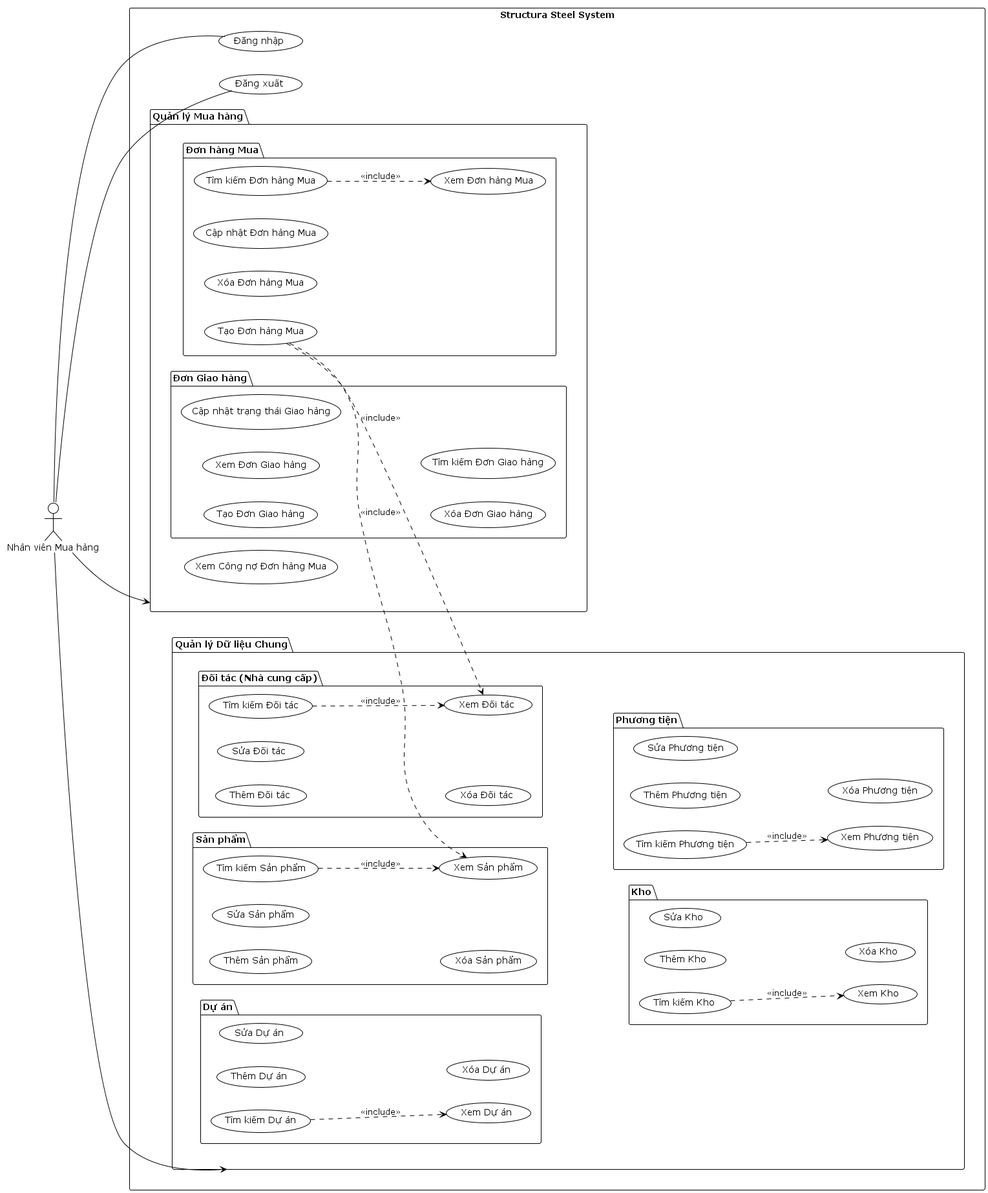
The PlantUML diagram out/Chapter 5/Usecase/Usecase_Importer/Usecase_Importer.png in AndrewNguyen-05/structura-uml, before a commit.
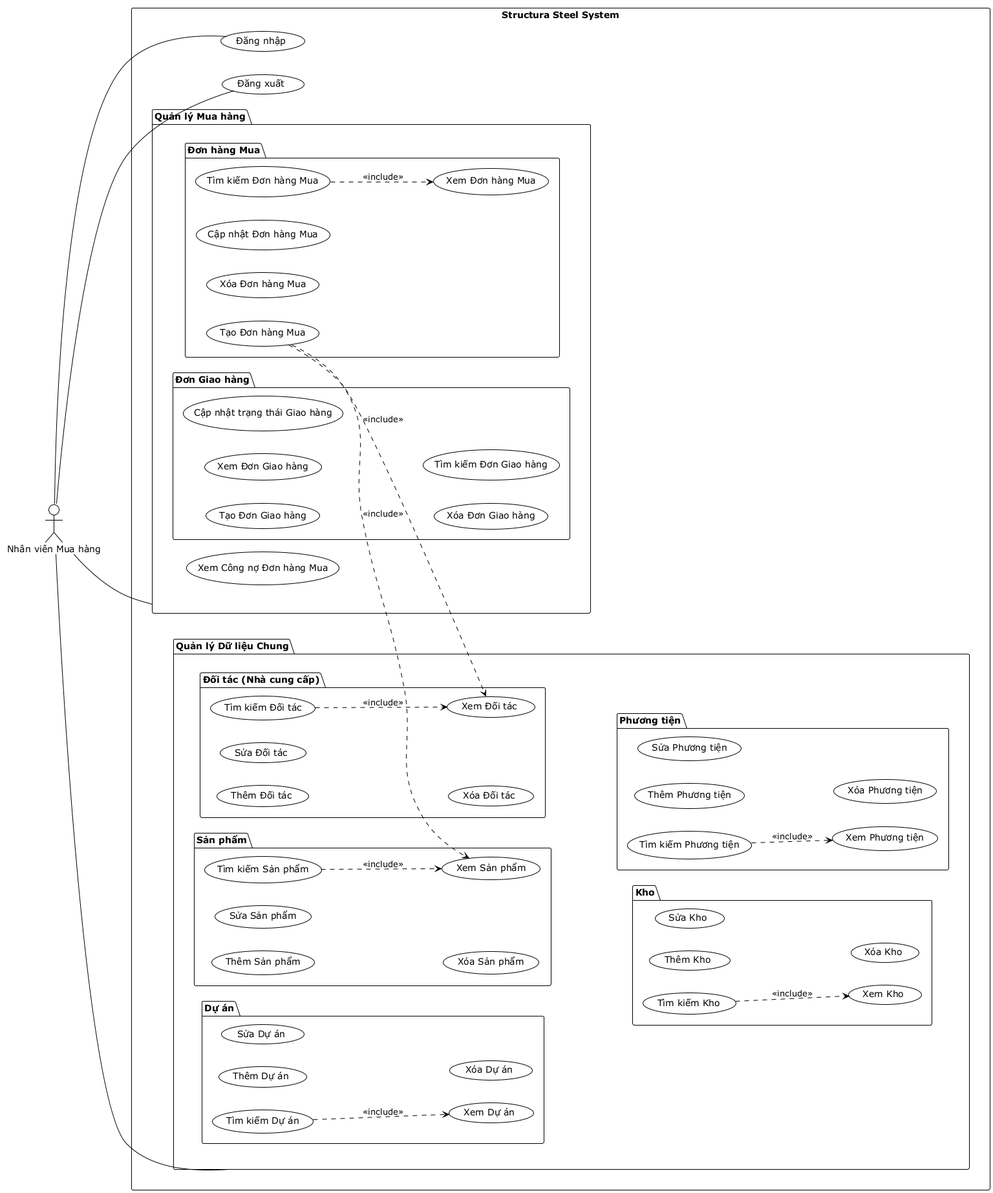
Above is the later version.

Diff of the diagram source:
```diff
@@ -72,8 +72,8 @@
   }
 }
 
-Importer --> (Quản lý Mua hàng)
-Importer --> (Quản lý Dữ liệu Chung)
+Importer -- (Quản lý Mua hàng)
+Importer -- (Quản lý Dữ liệu Chung)
 
 Importer -- UC_Login
 Importer -- UC_Logout
```
